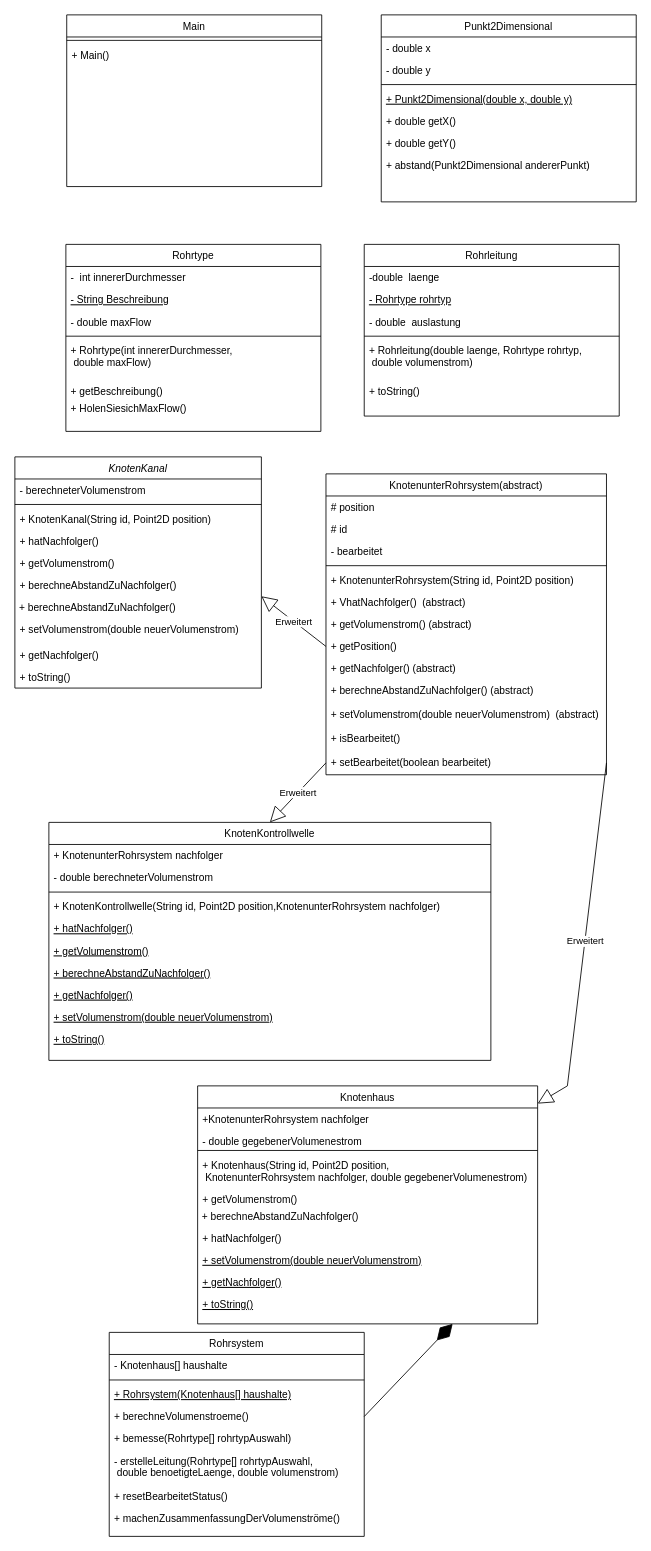
Before: UntitledDDiagram.drawio in shobi1319/UML-class-diagram, a draw.io diagram. Source tidied: cells renumbered, new cells numbered last; positions are measured from the earlier drawing's top-left corner, leaving out a move shared by most shapes. Both pictures are drawn from the tidied source at 85%, with x=0, y=0 at pixel (14, 14).
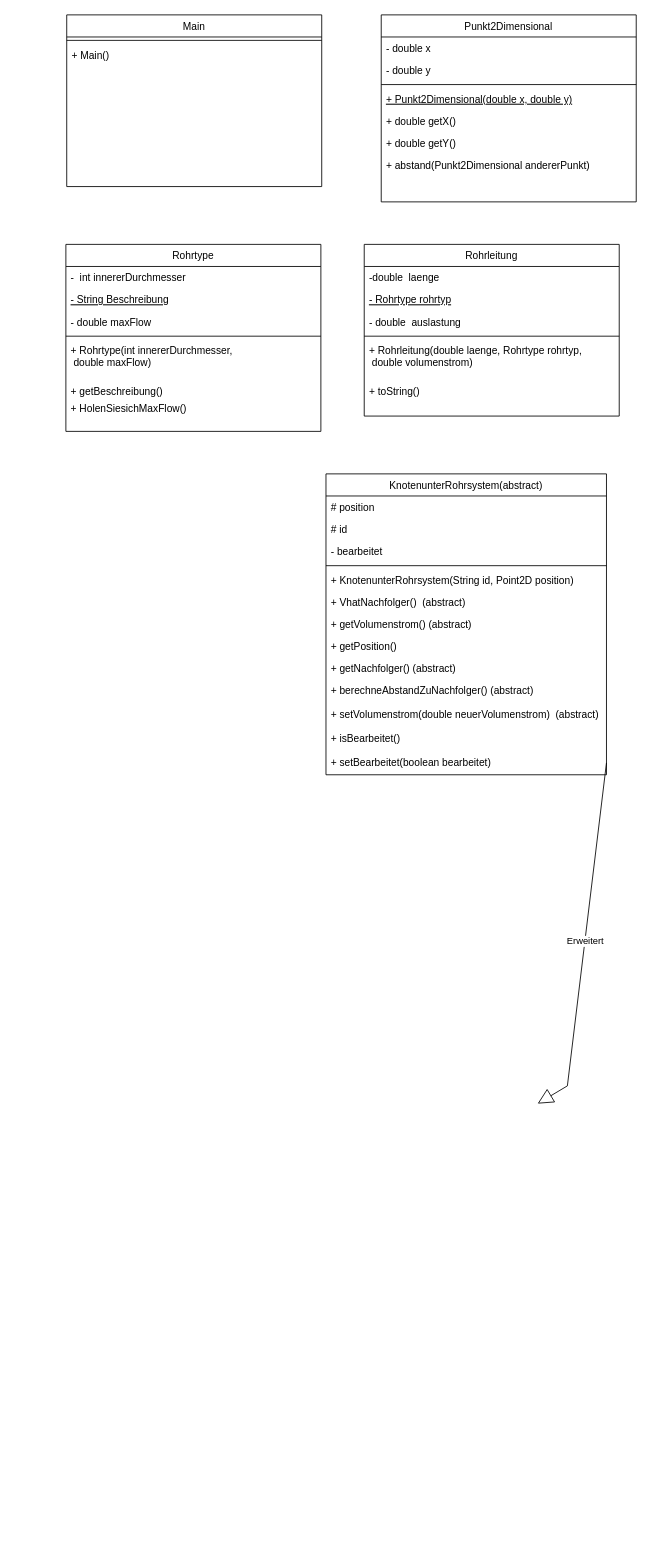
Above is the later version.

Unchanged cells that the change refers to:
```xml
<mxCell id="81" value="+ getPosition()" style="text;align=left;verticalAlign=top;spacingLeft=4;spacingRight=4;overflow=hidden;points=[[0,0.5],[1,0.5]];portConstraint=eastwest;" parent="73" vertex="1">
  <mxGeometry y="190" width="330" height="26" as="geometry" />
</mxCell>
<mxCell id="86" value="+ setBearbeitet(boolean bearbeitet)" style="text;align=left;verticalAlign=top;spacingLeft=4;spacingRight=4;overflow=hidden;points=[[0,0.5],[1,0.5]];portConstraint=eastwest;" parent="73" vertex="1">
  <mxGeometry y="326" width="330" height="28" as="geometry" />
</mxCell>
```

What changed in the source:
```diff
@@
-    <mxCell id="2" value="KnotenKontrollwelle" style="swimlane;fontStyle=0;align=center;verticalAlign=top;horizontal=1;startSize=26;rounded=0;shadow=0;strokeWidth=1;" parent="1" vertex="1">
-      <mxGeometry x="40" y="950" width="520" height="280" as="geometry" />
-    </mxCell>
-    <mxCell id="3" value="+ KnotenunterRohrsystem nachfolger" style="text;align=left;verticalAlign=top;spacingLeft=4;spacingRight=4;overflow=hidden;" parent="2" vertex="1">
-      <mxGeometry y="26" width="520" height="26" as="geometry" />
-    </mxCell>
-    <mxCell id="4" value="- double berechneterVolumenstrom" style="text;align=left;verticalAlign=top;spacingLeft=4;spacingRight=4;overflow=hidden;rounded=0;shadow=0;html=0;" parent="2" vertex="1">
-      <mxGeometry y="52" width="520" height="26" as="geometry" />
-    </mxCell>
-    <mxCell id="5" style="line;html=1;strokeWidth=1;align=left;verticalAlign=middle;spacingTop=-1;spacingLeft=3;spacingRight=3;labelPosition=right;" parent="2" vertex="1">
-      <mxGeometry y="78" width="520" height="8" as="geometry" />
-    </mxCell>
-    <mxCell id="6" value="+ KnotenKontrollwelle(String id, Point2D position,KnotenunterRohrsystem nachfolger)" style="text;align=left;verticalAlign=top;spacingLeft=4;spacingRight=4;overflow=hidden;" parent="2" vertex="1">
-      <mxGeometry y="86" width="520" height="26" as="geometry" />
-    </mxCell>
-    <mxCell id="7" value="+ hatNachfolger()" style="text;align=left;verticalAlign=top;spacingLeft=4;spacingRight=4;overflow=hidden;fontStyle=4;" parent="2" vertex="1">
-      <mxGeometry y="112" width="520" height="26" as="geometry" />
-    </mxCell>
-    <mxCell id="8" value="+ getVolumenstrom()" style="text;align=left;verticalAlign=top;spacingLeft=4;spacingRight=4;overflow=hidden;fontStyle=4;" parent="2" vertex="1">
-      <mxGeometry y="138" width="520" height="26" as="geometry" />
-    </mxCell>
-    <mxCell id="9" value="+ berechneAbstandZuNachfolger()" style="text;align=left;verticalAlign=top;spacingLeft=4;spacingRight=4;overflow=hidden;fontStyle=4;" parent="2" vertex="1">
-      <mxGeometry y="164" width="520" height="26" as="geometry" />
-    </mxCell>
-    <mxCell id="10" value="+ getNachfolger()" style="text;align=left;verticalAlign=top;spacingLeft=4;spacingRight=4;overflow=hidden;fontStyle=4;" parent="2" vertex="1">
-      <mxGeometry y="190" width="520" height="26" as="geometry" />
-    </mxCell>
-    <mxCell id="11" value="+ setVolumenstrom(double neuerVolumenstrom)" style="text;align=left;verticalAlign=top;spacingLeft=4;spacingRight=4;overflow=hidden;fontStyle=4;" parent="2" vertex="1">
-      <mxGeometry y="216" width="520" height="26" as="geometry" />
-    </mxCell>
-    <mxCell id="12" value="+ toString()" style="text;align=left;verticalAlign=top;spacingLeft=4;spacingRight=4;overflow=hidden;fontStyle=4;" parent="2" vertex="1">
-      <mxGeometry y="242" width="520" height="26" as="geometry" />
-    </mxCell>
-    <mxCell id="13" value="Knotenhaus" style="swimlane;fontStyle=0;align=center;verticalAlign=top;horizontal=1;startSize=26;rounded=0;shadow=0;strokeWidth=1;" parent="1" vertex="1">
-      <mxGeometry x="215" y="1260" width="400" height="280" as="geometry" />
-    </mxCell>
-    <mxCell id="14" value="+KnotenunterRohrsystem nachfolger" style="text;align=left;verticalAlign=top;spacingLeft=4;spacingRight=4;overflow=hidden;" parent="13" vertex="1">
-      <mxGeometry y="26" width="400" height="26" as="geometry" />
-    </mxCell>
-    <mxCell id="15" value="- double gegebenerVolumenestrom" style="text;align=left;verticalAlign=top;spacingLeft=4;spacingRight=4;overflow=hidden;rounded=0;shadow=0;html=0;" parent="13" vertex="1">
-      <mxGeometry y="52" width="400" height="20" as="geometry" />
-    </mxCell>
-    <mxCell id="16" style="line;html=1;strokeWidth=1;align=left;verticalAlign=middle;spacingTop=-1;spacingLeft=3;spacingRight=3;labelPosition=right;" parent="13" vertex="1">
-      <mxGeometry y="72" width="400" height="8" as="geometry" />
-    </mxCell>
-    <mxCell id="17" value="+ Knotenhaus(String id, Point2D position,&#10; KnotenunterRohrsystem nachfolger, double gegebenerVolumenestrom)" style="text;align=left;verticalAlign=top;spacingLeft=4;spacingRight=4;overflow=hidden;rounded=0;shadow=0;html=0;" parent="13" vertex="1">
-      <mxGeometry y="80" width="400" height="40" as="geometry" />
-    </mxCell>
-    <mxCell id="18" value="+ getVolumenstrom()" style="text;align=left;verticalAlign=top;spacingLeft=4;spacingRight=4;overflow=hidden;rounded=0;shadow=0;html=0;" parent="13" vertex="1">
-      <mxGeometry y="120" width="400" height="20" as="geometry" />
-    </mxCell>
-    <mxCell id="19" value="&amp;nbsp;+ berechneAbstandZuNachfolger()" style="text;whiteSpace=wrap;html=1;" parent="13" vertex="1">
-      <mxGeometry y="140" width="400" height="26" as="geometry" />
-    </mxCell>
-    <mxCell id="20" value="+ hatNachfolger()" style="text;align=left;verticalAlign=top;spacingLeft=4;spacingRight=4;overflow=hidden;rounded=0;shadow=0;html=0;" parent="13" vertex="1">
-      <mxGeometry y="166" width="400" height="26" as="geometry" />
-    </mxCell>
-    <mxCell id="21" value="+ setVolumenstrom(double neuerVolumenstrom)" style="text;align=left;verticalAlign=top;spacingLeft=4;spacingRight=4;overflow=hidden;fontStyle=4;" parent="13" vertex="1">
-      <mxGeometry y="192" width="400" height="26" as="geometry" />
-    </mxCell>
-    <mxCell id="22" value="+ getNachfolger()" style="text;align=left;verticalAlign=top;spacingLeft=4;spacingRight=4;overflow=hidden;fontStyle=4;" parent="13" vertex="1">
-      <mxGeometry y="218" width="400" height="26" as="geometry" />
-    </mxCell>
-    <mxCell id="23" value="+ toString()" style="text;align=left;verticalAlign=top;spacingLeft=4;spacingRight=4;overflow=hidden;fontStyle=4;" parent="13" vertex="1">
-      <mxGeometry y="244" width="400" height="26" as="geometry" />
-    </mxCell>
-    <mxCell id="24" value="Rohrsystem" style="swimlane;fontStyle=0;align=center;verticalAlign=top;horizontal=1;startSize=26;rounded=0;shadow=0;strokeWidth=1;" parent="1" vertex="1">
-      <mxGeometry x="111" y="1550" width="300" height="240" as="geometry" />
-    </mxCell>
-    <mxCell id="25" value="- Knotenhaus[] haushalte" style="text;align=left;verticalAlign=top;spacingLeft=4;spacingRight=4;overflow=hidden;" parent="24" vertex="1">
-      <mxGeometry y="26" width="300" height="26" as="geometry" />
-    </mxCell>
-    <mxCell id="26" style="line;html=1;strokeWidth=1;align=left;verticalAlign=middle;spacingTop=-1;spacingLeft=3;spacingRight=3;labelPosition=right;" parent="24" vertex="1">
-      <mxGeometry y="52" width="300" height="8" as="geometry" />
-    </mxCell>
-    <mxCell id="27" value="+ Rohrsystem(Knotenhaus[] haushalte)" style="text;align=left;verticalAlign=top;spacingLeft=4;spacingRight=4;overflow=hidden;fontStyle=4;" parent="24" vertex="1">
-      <mxGeometry y="60" width="300" height="26" as="geometry" />
-    </mxCell>
-    <mxCell id="28" value="+ berechneVolumenstroeme()" style="text;align=left;verticalAlign=top;spacingLeft=4;spacingRight=4;overflow=hidden;points=[[0,0.5],[1,0.5]];portConstraint=eastwest;" parent="24" vertex="1">
-      <mxGeometry y="86" width="300" height="26" as="geometry" />
-    </mxCell>
-    <mxCell id="29" value="+ bemesse(Rohrtype[] rohrtypAuswahl)" style="text;align=left;verticalAlign=top;spacingLeft=4;spacingRight=4;overflow=hidden;" parent="24" vertex="1">
-      <mxGeometry y="112" width="300" height="26" as="geometry" />
-    </mxCell>
-    <mxCell id="30" value="- erstelleLeitung(Rohrtype[] rohrtypAuswahl,&#10; double benoetigteLaenge, double volumenstrom)" style="text;align=left;verticalAlign=top;spacingLeft=4;spacingRight=4;overflow=hidden;" parent="24" vertex="1">
-      <mxGeometry y="138" width="300" height="42" as="geometry" />
-    </mxCell>
-    <mxCell id="31" value="+ resetBearbeitetStatus()" style="text;align=left;verticalAlign=top;spacingLeft=4;spacingRight=4;overflow=hidden;" parent="24" vertex="1">
-      <mxGeometry y="180" width="300" height="26" as="geometry" />
-    </mxCell>
-    <mxCell id="32" value="+ machenZusammenfassungDerVolumenströme()" style="text;align=left;verticalAlign=top;spacingLeft=4;spacingRight=4;overflow=hidden;" parent="24" vertex="1">
-      <mxGeometry y="206" width="300" height="26" as="geometry" />
-    </mxCell>
-    <mxCell id="33" value="Erweitert" style="endArrow=block;endSize=16;endFill=0;html=1;rounded=0;entryX=0.5;entryY=0;entryDx=0;entryDy=0;exitX=0;exitY=0.5;exitDx=0;exitDy=0;" parent="1" edge="1" source="86" target="2">
-      <mxGeometry relative="1" as="geometry" />
-    </mxCell>
-    <mxCell id="34" value="Erweitert" style="endArrow=block;endSize=16;endFill=0;html=1;rounded=0;exitX=1;exitY=0.5;exitDx=0;exitDy=0;" parent="1" edge="1" source="86" target="13">
+    <mxCell id="34" value="Erweitert" style="endArrow=block;endSize=16;endFill=0;html=1;rounded=0;exitX=1;exitY=0.5;exitDx=0;exitDy=0;" parent="1" edge="1" source="86">
       <mxGeometry relative="1" as="geometry">
+        <mxPoint x="615" y="1280.9" as="targetPoint" />
         <Array as="points">
           <mxPoint x="650" y="1260" />
         </Array>
       </mxGeometry>
     </mxCell>
-    <mxCell id="35" style="endArrow=diamondThin;endFill=1;endSize=24;html=1;rounded=0;exitX=1;exitY=0.5;exitDx=0;exitDy=0;entryX=0.75;entryY=1;entryDx=0;entryDy=0;" parent="1" edge="1" source="28" target="13">
-      <mxGeometry relative="1" as="geometry" />
-    </mxCell>
@@
-    <mxCell id="62" value="KnotenKanal" style="swimlane;fontStyle=2;align=center;verticalAlign=top;horizontal=1;startSize=26;rounded=0;shadow=0;strokeWidth=1;" parent="1" vertex="1">
-      <mxGeometry y="520" width="290" height="272" as="geometry" />
-    </mxCell>
-    <mxCell id="63" value="- berechneterVolumenstrom" style="text;align=left;verticalAlign=top;spacingLeft=4;spacingRight=4;overflow=hidden;" parent="62" vertex="1">
-      <mxGeometry y="26" width="290" height="26" as="geometry" />
-    </mxCell>
-    <mxCell id="64" style="line;html=1;strokeWidth=1;align=left;verticalAlign=middle;spacingTop=-1;spacingLeft=3;spacingRight=3;labelPosition=right;" parent="62" vertex="1">
-      <mxGeometry y="52" width="290" height="8" as="geometry" />
-    </mxCell>
-    <mxCell id="65" value="+ KnotenKanal(String id, Point2D position)" style="text;align=left;verticalAlign=top;spacingLeft=4;spacingRight=4;overflow=hidden;" parent="62" vertex="1">
-      <mxGeometry y="60" width="290" height="26" as="geometry" />
-    </mxCell>
-    <mxCell id="66" value="+ hatNachfolger()" style="text;align=left;verticalAlign=top;spacingLeft=4;spacingRight=4;overflow=hidden;rounded=0;shadow=0;html=0;" parent="62" vertex="1">
-      <mxGeometry y="86" width="290" height="26" as="geometry" />
-    </mxCell>
-    <mxCell id="67" value="+ getVolumenstrom()" style="text;align=left;verticalAlign=top;spacingLeft=4;spacingRight=4;overflow=hidden;rounded=0;shadow=0;html=0;" parent="62" vertex="1">
-      <mxGeometry y="112" width="290" height="26" as="geometry" />
-    </mxCell>
-    <mxCell id="68" value="+ berechneAbstandZuNachfolger()" style="text;align=left;verticalAlign=top;spacingLeft=4;spacingRight=4;overflow=hidden;rounded=0;shadow=0;html=0;" parent="62" vertex="1">
-      <mxGeometry y="138" width="290" height="26" as="geometry" />
-    </mxCell>
-    <mxCell id="69" value="&amp;nbsp;+ berechneAbstandZuNachfolger()" style="text;whiteSpace=wrap;html=1;" parent="62" vertex="1">
-      <mxGeometry y="164" width="290" height="26" as="geometry" />
-    </mxCell>
-    <mxCell id="70" value="+ setVolumenstrom(double neuerVolumenstrom)" style="text;align=left;verticalAlign=top;spacingLeft=4;spacingRight=4;overflow=hidden;rounded=0;shadow=0;html=0;" parent="62" vertex="1">
-      <mxGeometry y="190" width="290" height="30" as="geometry" />
-    </mxCell>
-    <mxCell id="71" value="+ getNachfolger()" style="text;align=left;verticalAlign=top;spacingLeft=4;spacingRight=4;overflow=hidden;rounded=0;shadow=0;html=0;" parent="62" vertex="1">
-      <mxGeometry y="220" width="290" height="26" as="geometry" />
-    </mxCell>
-    <mxCell id="72" value="+ toString()" style="text;align=left;verticalAlign=top;spacingLeft=4;spacingRight=4;overflow=hidden;rounded=0;shadow=0;html=0;" parent="62" vertex="1">
-      <mxGeometry y="246" width="290" height="26" as="geometry" />
-    </mxCell>
@@
-    <mxCell id="87" value="Erweitert" style="endArrow=block;endSize=16;endFill=0;html=1;rounded=0;exitX=0;exitY=0.5;exitDx=0;exitDy=0;entryX=1;entryY=0;entryDx=0;entryDy=0;" parent="1" edge="1" source="81" target="69">
-      <mxGeometry relative="1" as="geometry" />
-    </mxCell>
```
